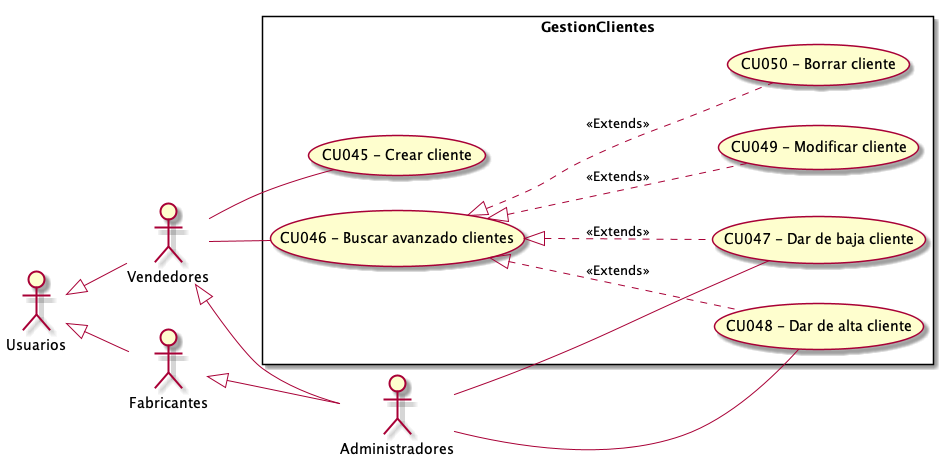
ZMGestion/DocumentacionZMGestion keeps this PlantUML diagram as Informe Final/Imagenes/ModeladoDeCasosDeUso/DiagramaDeCasosDeUso/GestionClientes.png. Above is the earlier version. The source it was exported from:
```plantuml
@startuml GestionClientes
top to bottom direction
:Usuarios:
:Administradores:
:Vendedores:
:Fabricantes:

Usuarios <|-- Vendedores
Usuarios <|-- Fabricantes
Vendedores <|-- Administradores
Fabricantes <|-- Administradores

 left to right direction

rectangle GestionClientes{
    UseCase "CU045 - Crear cliente" as C
    UseCase "CU046 - Buscar avanzado clientes" as BA
    UseCase "CU047 - Dar de baja cliente" as DB
    UseCase "CU048 - Dar de alta cliente" as DA
    UseCase "CU049 - Modificar cliente" as M
    UseCase "CU050 - Borrar cliente" as B
    BA <|.. M : <<Extends>>
    BA <|.. DA : <<Extends>>
    BA <|.. DB : <<Extends>>
    BA <|.. B : <<Extends>>
}
    Vendedores -- C
    Vendedores -- BA
    Administradores -- DB
    Administradores -- DA

@enduml
```
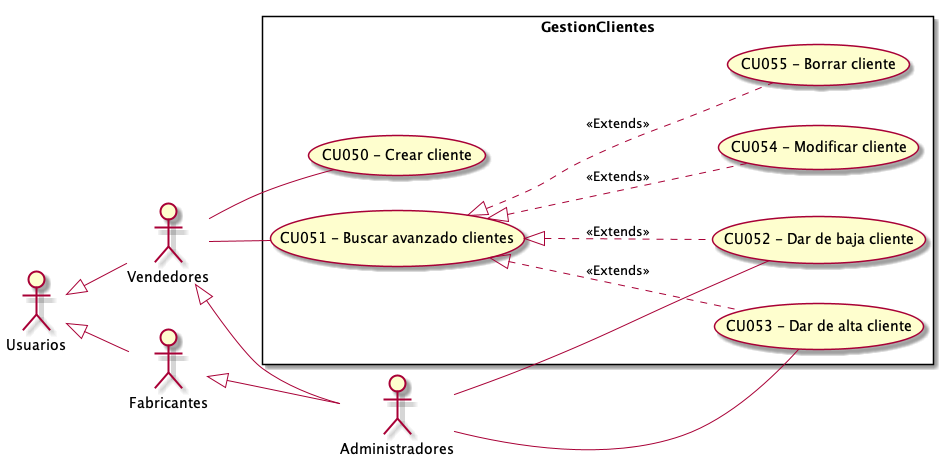
After the commit.

What changed in the source:
```diff
@@ -13,12 +13,12 @@
  left to right direction
 
 rectangle GestionClientes{
-    UseCase "CU045 - Crear cliente" as C
-    UseCase "CU046 - Buscar avanzado clientes" as BA
-    UseCase "CU047 - Dar de baja cliente" as DB
-    UseCase "CU048 - Dar de alta cliente" as DA
-    UseCase "CU049 - Modificar cliente" as M
-    UseCase "CU050 - Borrar cliente" as B
+    UseCase "CU050 - Crear cliente" as C
+    UseCase "CU051 - Buscar avanzado clientes" as BA
+    UseCase "CU052 - Dar de baja cliente" as DB
+    UseCase "CU053 - Dar de alta cliente" as DA
+    UseCase "CU054 - Modificar cliente" as M
+    UseCase "CU055 - Borrar cliente" as B
     BA <|.. M : <<Extends>>
     BA <|.. DA : <<Extends>>
     BA <|.. DB : <<Extends>>
```
